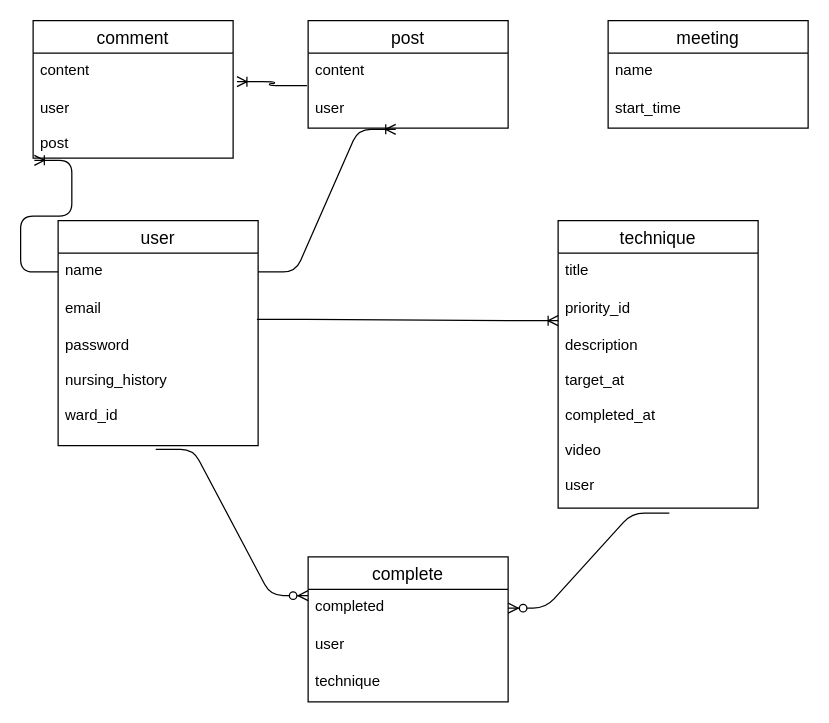
The draw.io diagram test.dio in mitsugu-kawaguchi/nurseapp-32473, before the edit. Source tidied: cells renumbered, new cells numbered last; positions are measured from the earlier drawing's top-left corner, leaving out a move shared by most shapes. Both pictures are drawn from the tidied source at 125%, with x=0, y=0 at pixel (32, 20).
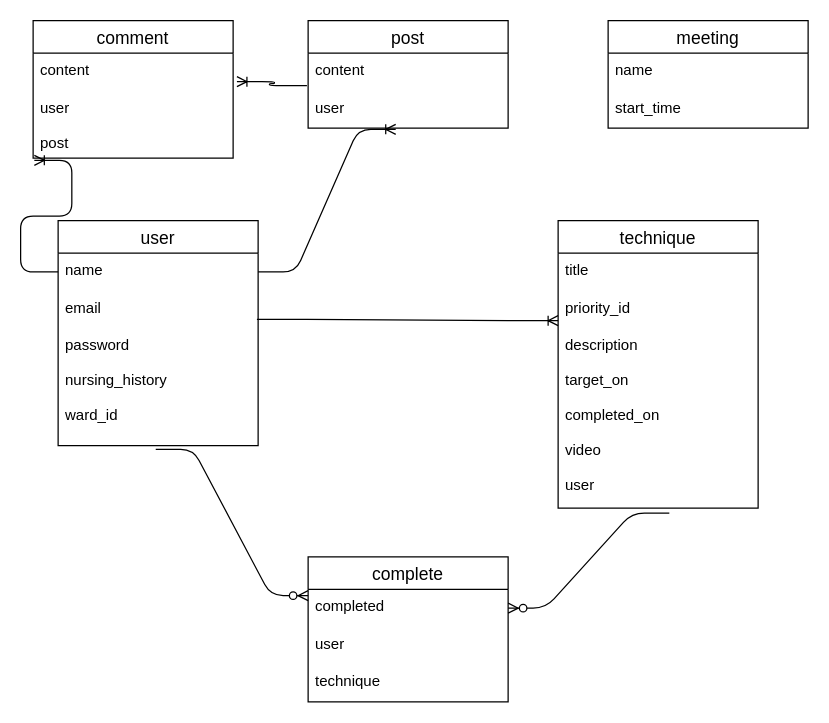
After the change.

Unchanged cells that the change refers to:
```xml
<mxCell id="12" value="technique" style="swimlane;fontStyle=0;horizontal=1;startSize=26;align=center;fontSize=14;" parent="1" vertex="1">
  <mxGeometry x="420" y="160" width="160" height="230" as="geometry" />
</mxCell>
```

What changed in the source:
```diff
@@
-    <mxCell id="15" value="description&#10;&#10;target_at&#10;&#10;completed_at&#10;&#10;video&#10;&#10;user" style="text;strokeColor=none;fillColor=none;spacingLeft=4;spacingRight=4;overflow=hidden;points=[[0,0.5],[1,0.5]];portConstraint=eastwest;fontSize=12;" parent="12" vertex="1">
+    <mxCell id="15" value="description&#10;&#10;target_on&#10;&#10;completed_on&#10;&#10;video&#10;&#10;user" style="text;strokeColor=none;fillColor=none;spacingLeft=4;spacingRight=4;overflow=hidden;points=[[0,0.5],[1,0.5]];portConstraint=eastwest;fontSize=12;" parent="12" vertex="1">
       <mxGeometry y="86" width="160" height="144" as="geometry" />
     </mxCell>
```
